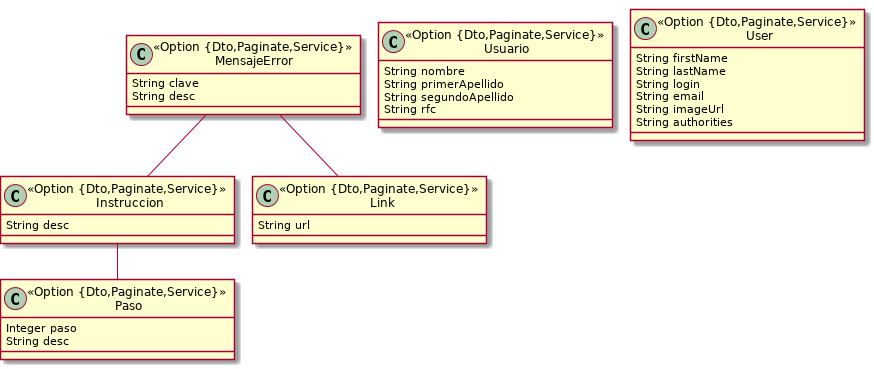
Before: entities.png, a diagram exported from PlantUML (salsa-community/kbase).
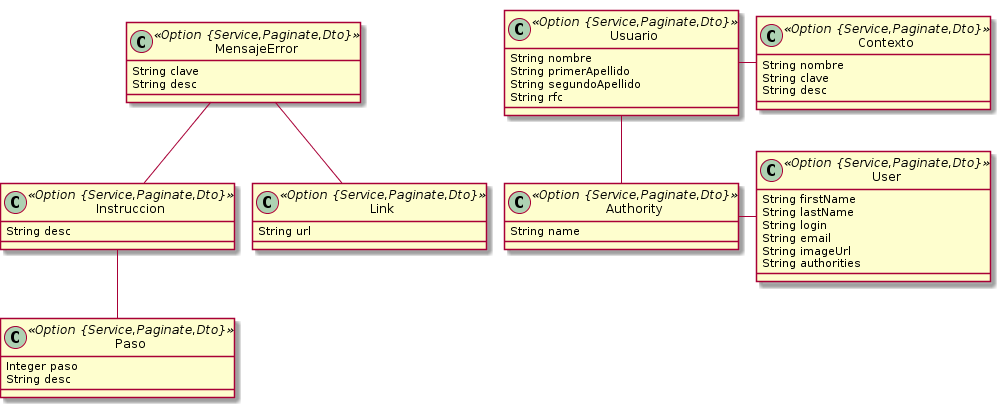
After the change.

Change to the diagram source:
```diff
@@ -1,30 +1,38 @@
 @startuml
 	!pragma graphviz_dot jdot
 	!pragma syntax class
-	class MensajeError <<Option {Dto,Paginate,Service}>> {
+	class MensajeError <<Option {Service,Paginate,Dto}>> {
 		String clave
 		String desc
 	}
-	class Instruccion <<Option {Dto,Paginate,Service}>> {
+	class Instruccion <<Option {Service,Paginate,Dto}>> {
 		String desc
 	}
-	class Link <<Option {Dto,Paginate,Service}>> {
+	class Link <<Option {Service,Paginate,Dto}>> {
 		String url
 	}
-	class Paso <<Option {Dto,Paginate,Service}>> {
+	class Paso <<Option {Service,Paginate,Dto}>> {
 		Integer paso
 		String desc
 	}
-	class Usuario <<Option {Dto,Paginate,Service}>> {
+	class Usuario <<Option {Service,Paginate,Dto}>> {
 		String nombre
 		String primerApellido
 		String segundoApellido
 		String rfc
 	}
+	class Contexto <<Option {Service,Paginate,Dto}>> {
+		String nombre
+		String clave
+		String desc
+	}
 	MensajeError  "instruccion 0..1 " -- "0..1 "  Instruccion
 	MensajeError  "links 0..1 " --o "0..* "  Link
 	Instruccion  "pasos 0..1 " --o "0..* "  Paso
-	class User <<Option {Dto,Paginate,Service}>> {
+	class Authority <<Option {Service,Paginate,Dto}>> {
+		String name
+	}
+	class User <<Option {Service,Paginate,Dto}>> {
 		String firstName
 		String lastName
 		String login
```
